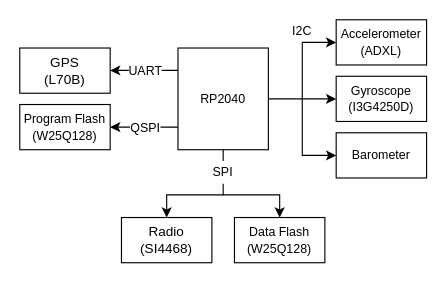
This is Phoenix Block Diagram.drawio from yorkaerospace/Phoenix-hw, a draw.io file, before an edit. Source tidied: cells renumbered, new cells numbered last; positions are measured from the earlier drawing's top-left corner, leaving out a move shared by most shapes. Both pictures are drawn from the tidied source at 113%, with x=0, y=0 at pixel (19, 19).
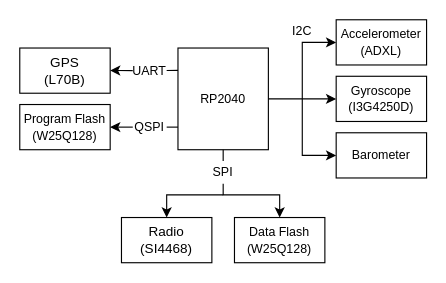
The same page after the edit.

Unchanged cells that the change refers to:
```xml
<mxCell id="3" value="&lt;font style=&quot;font-size: 11px;&quot;&gt;Program Flash&lt;br&gt;(W25Q128)&lt;/font&gt;" style="rounded=0;whiteSpace=wrap;html=1;" parent="1" vertex="1">
  <mxGeometry y="75" width="80" height="40" as="geometry" />
</mxCell>
```

What changed in the source:
```diff
@@
-    <mxCell id="4" style="endArrow=classic;html=1;rounded=0;fontSize=11;" parent="1" edge="1" target="3">
-      <mxGeometry relative="1" as="geometry">
-        <mxPoint x="140" y="95" as="sourcePoint" />
-      </mxGeometry>
+    <mxCell id="4" style="endArrow=classic;html=1;rounded=0;fontSize=11;startArrow=none;" parent="1" edge="1" source="5" target="3">
+      <mxGeometry relative="1" as="geometry" />
     </mxCell>
-    <mxCell id="5" value="&lt;div&gt;QSPI&lt;/div&gt;" style="edgeLabel;html=1;align=center;verticalAlign=middle;fontSize=11;" parent="4" vertex="1">
-      <mxGeometry relative="1" as="geometry" />
-    </mxCell>
@@
-    <mxCell id="7" style="endArrow=classic;html=1;rounded=0;fontSize=11;exitX=0;exitY=0.833;exitDx=0;exitDy=0;exitPerimeter=0;" parent="1" edge="1">
+    <mxCell id="7" style="endArrow=classic;html=1;rounded=0;fontSize=11;exitX=0;exitY=0.5;exitDx=0;exitDy=0;startArrow=none;" parent="1" edge="1" source="8">
       <mxGeometry relative="1" as="geometry">
-        <mxPoint x="140" y="44.8" as="sourcePoint" />
         <mxPoint x="80" y="44.8" as="targetPoint" />
       </mxGeometry>
     </mxCell>
-    <mxCell id="8" value="UART" style="edgeLabel;html=1;align=center;verticalAlign=middle;fontSize=11;" parent="7" vertex="1">
-      <mxGeometry relative="1" as="geometry" />
-    </mxCell>
@@
+    <mxCell id="5" value="QSPI" style="text;html=1;strokeColor=none;fillColor=none;align=center;verticalAlign=middle;whiteSpace=wrap;rounded=0;fontSize=11;" parent="1" vertex="1">
+      <mxGeometry x="100" y="85" width="30" height="20" as="geometry" />
+    </mxCell>
+    <mxCell id="22" style="endArrow=none;html=1;rounded=0;fontSize=11;" parent="1" edge="1" target="5">
+      <mxGeometry relative="1" as="geometry">
+        <mxPoint x="140" y="95" as="sourcePoint" />
+      </mxGeometry>
+    </mxCell>
+    <mxCell id="8" value="UART" style="text;html=1;strokeColor=none;fillColor=none;align=center;verticalAlign=middle;whiteSpace=wrap;rounded=0;fontSize=11;" parent="1" vertex="1">
+      <mxGeometry x="100" y="35" width="30" height="20" as="geometry" />
+    </mxCell>
+    <mxCell id="23" style="endArrow=none;html=1;rounded=0;fontSize=11;exitX=0;exitY=0.833;exitDx=0;exitDy=0;exitPerimeter=0;" parent="1" edge="1" target="8">
+      <mxGeometry relative="1" as="geometry">
+        <mxPoint x="140" y="44.8" as="sourcePoint" />
+      </mxGeometry>
+    </mxCell>
```
